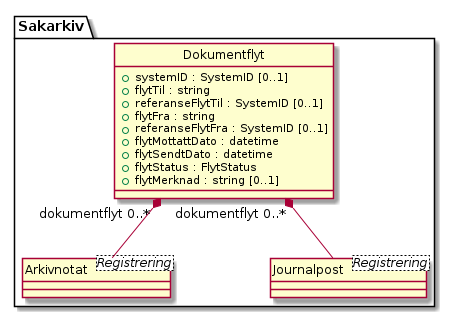
This is kapitler/media/uml-class-dokumentflyt.png from arkivverket/noark5-tjenestegrensesnitt-standard, a PlantUML export, as it was before one commit. The source it was exported from:
```plantuml
@startuml
skinparam nodesep 100
hide circle
class Sakarkiv.Dokumentflyt {
  +systemID : SystemID [0..1]
  +flytTil : string
  +referanseFlytTil : SystemID [0..1]
  +flytFra : string
  +referanseFlytFra : SystemID [0..1]
  +flytMottattDato : datetime
  +flytSendtDato : datetime
  +flytStatus : FlytStatus
  +flytMerknad : string [0..1]
}
class Sakarkiv.Arkivnotat <Registrering> {
}
Sakarkiv.Dokumentflyt "dokumentflyt 0..*" *-- Sakarkiv.Arkivnotat
class Sakarkiv.Journalpost <Registrering> {
}
Sakarkiv.Dokumentflyt "dokumentflyt 0..*" *-- Sakarkiv.Journalpost
@enduml
```
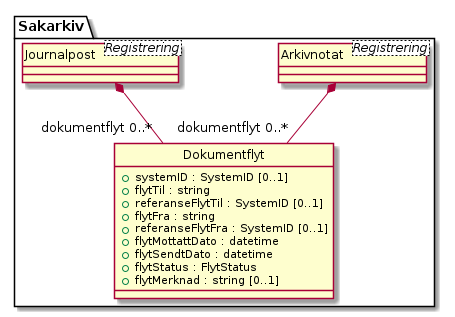
The same diagram one commit later.

Diff of the diagram source:
```diff
@@ -14,8 +14,8 @@
 }
 class Sakarkiv.Arkivnotat <Registrering> {
 }
-Sakarkiv.Dokumentflyt "dokumentflyt 0..*" *-- Sakarkiv.Arkivnotat
+Sakarkiv.Arkivnotat *-- "dokumentflyt 0..*" Sakarkiv.Dokumentflyt
 class Sakarkiv.Journalpost <Registrering> {
 }
-Sakarkiv.Dokumentflyt "dokumentflyt 0..*" *-- Sakarkiv.Journalpost
+Sakarkiv.Journalpost *-- "dokumentflyt 0..*" Sakarkiv.Dokumentflyt
 @enduml
```
